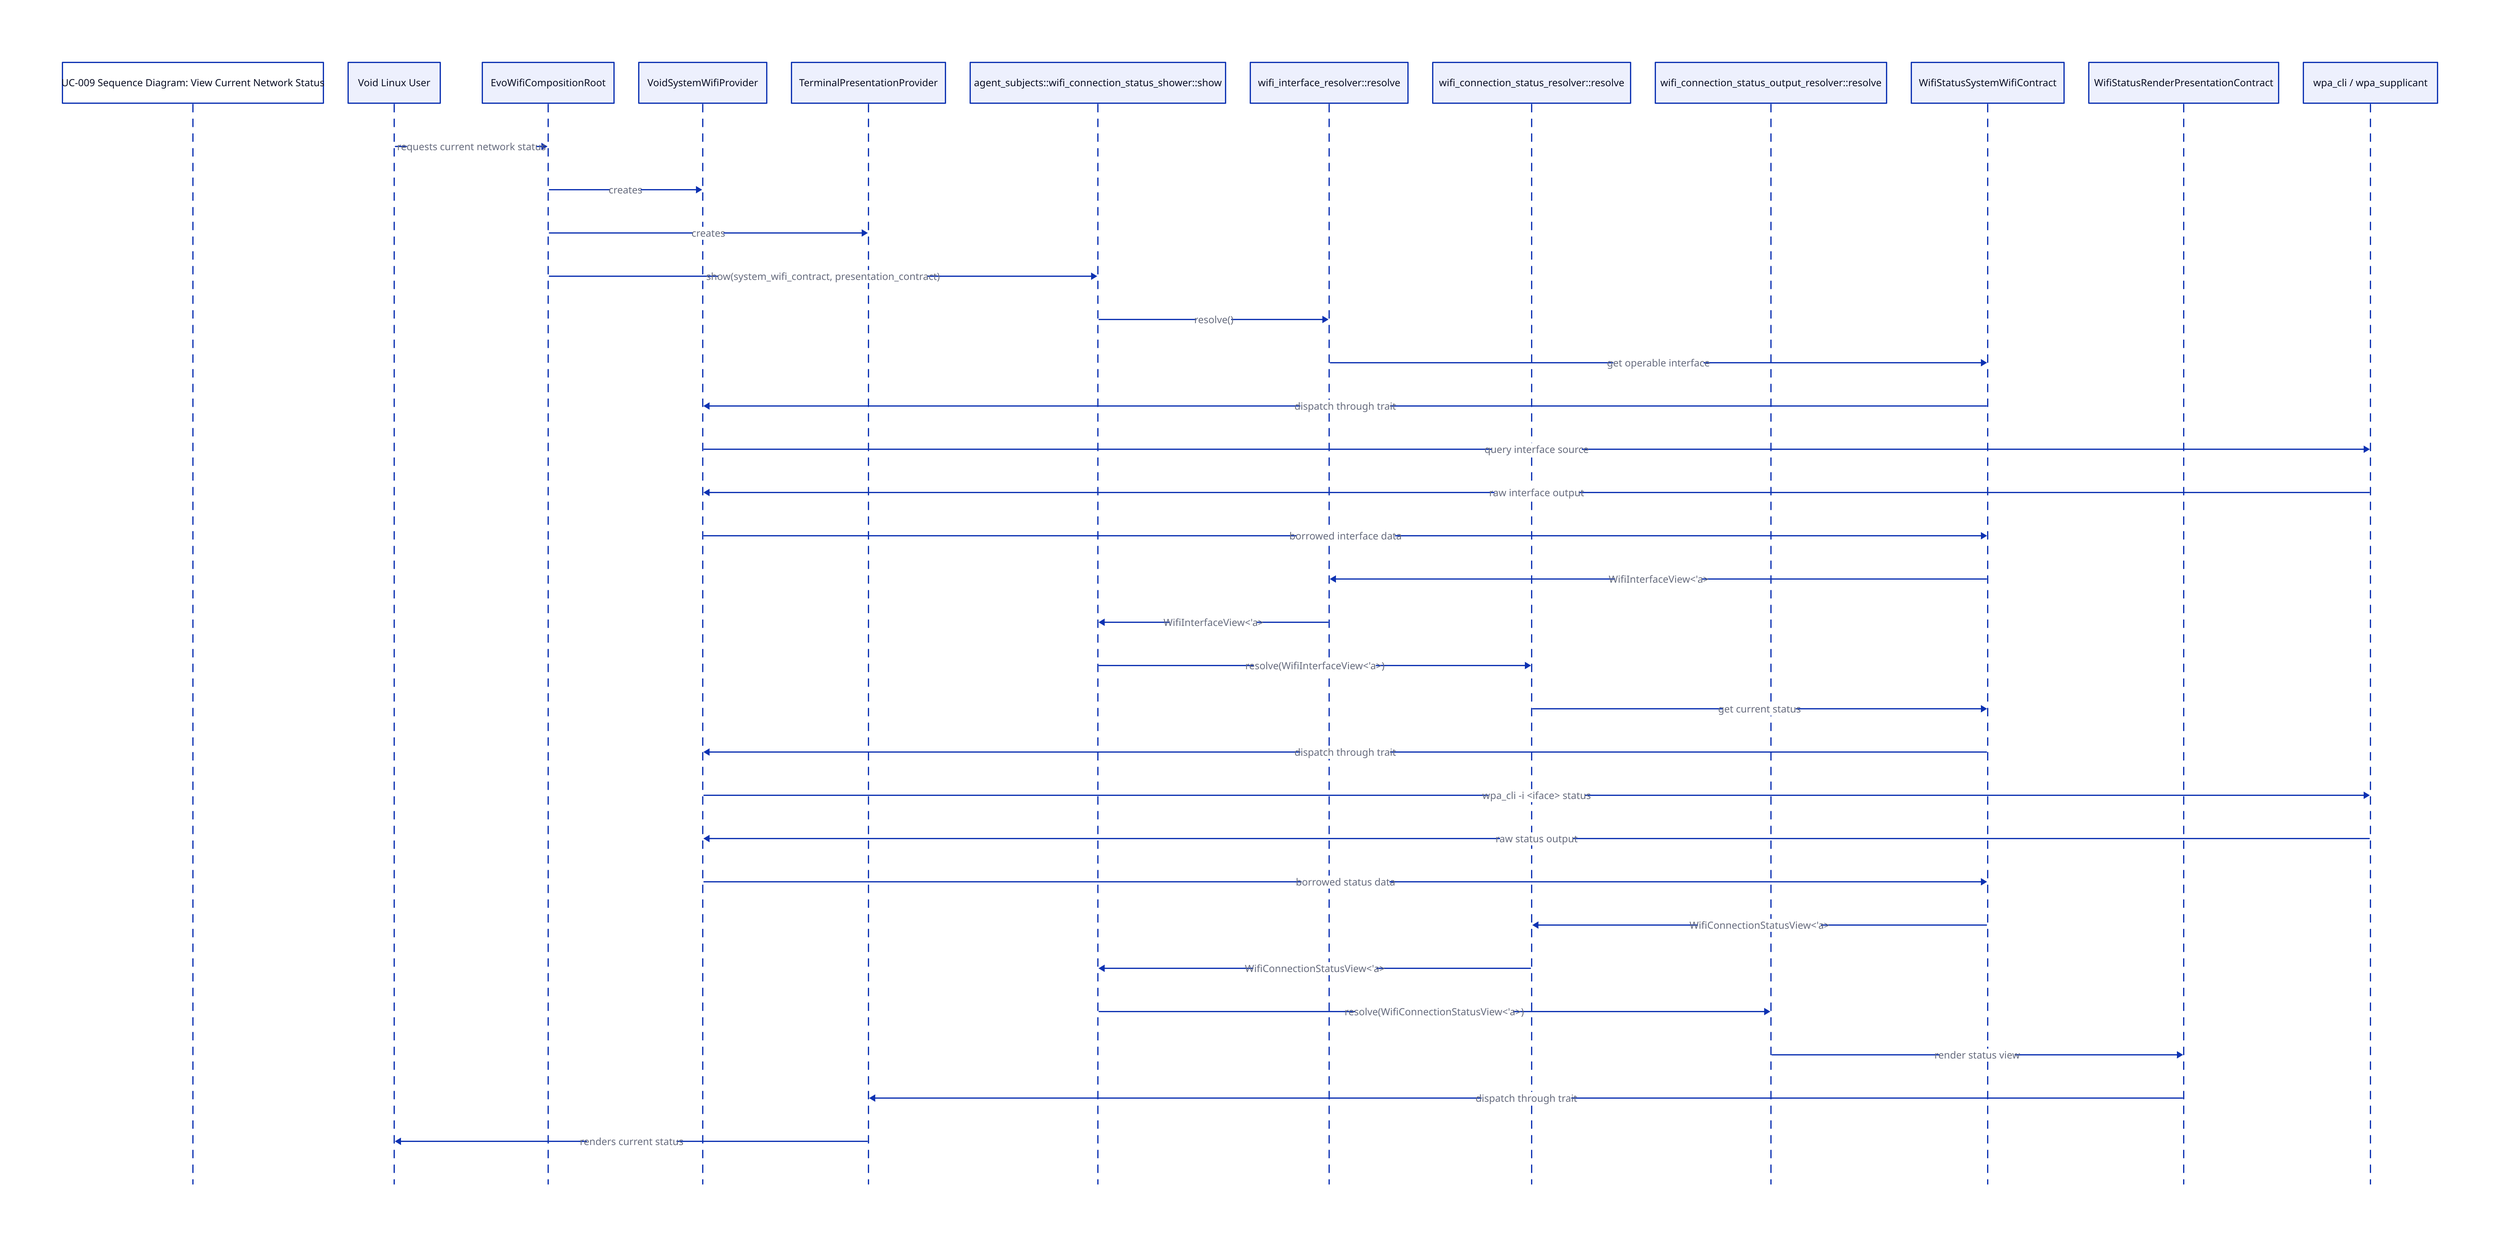
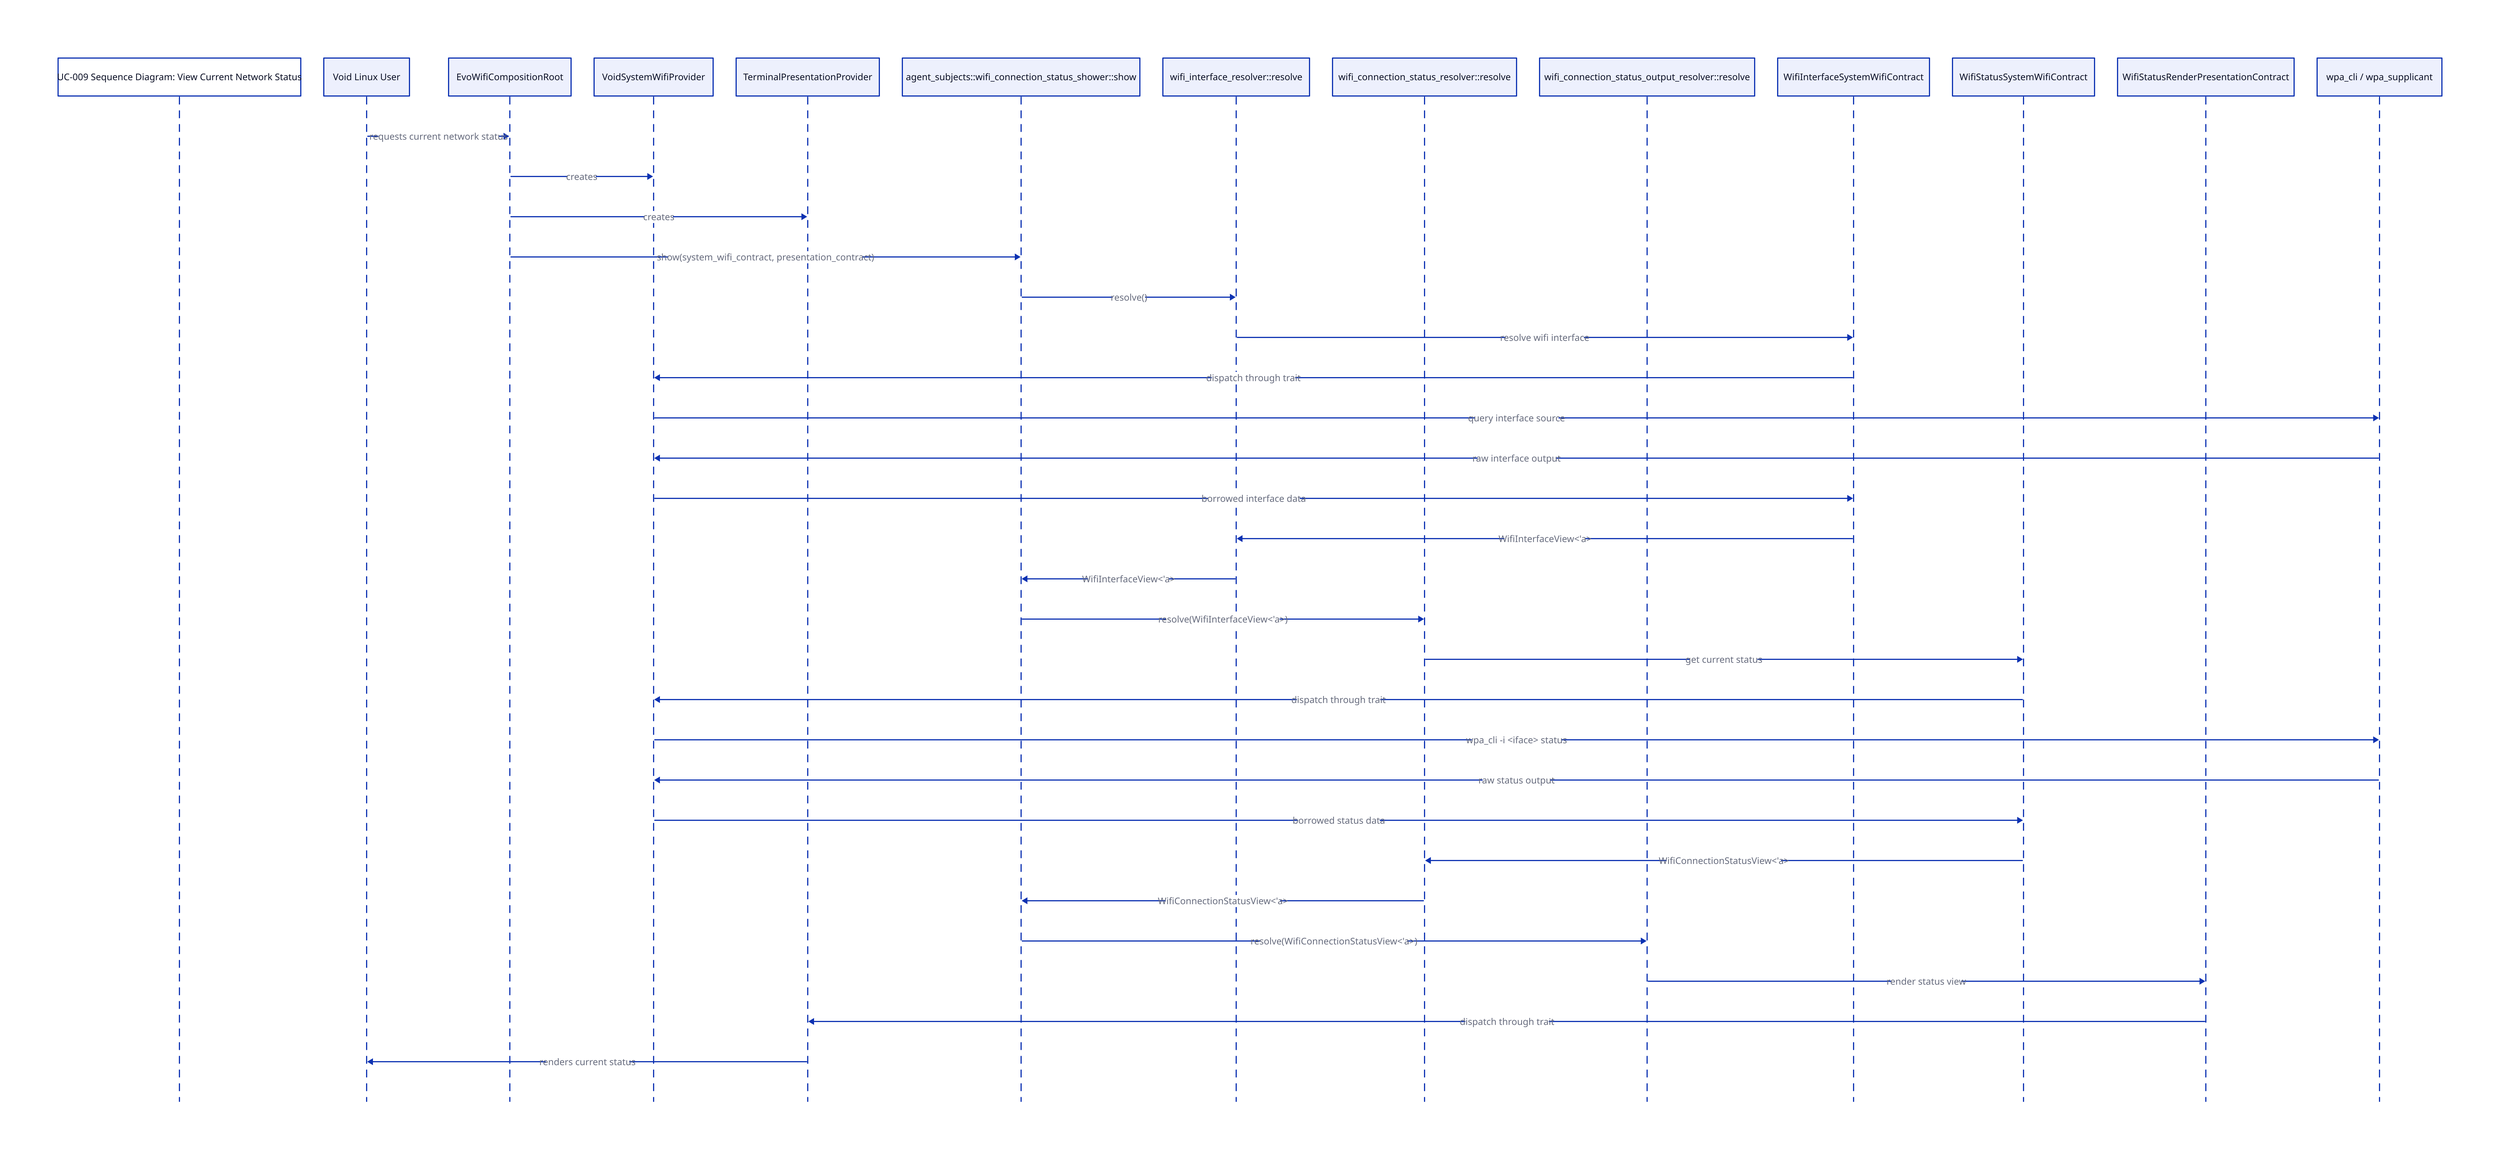
title: "UC-009 Sequence Diagram: View Current Network Status"
shape: sequence_diagram

user: "Void Linux User"
composition_root: "EvoWifiCompositionRoot"
system_provider: "VoidSystemWifiProvider"
presentation_provider: "TerminalPresentationProvider"
agent_subject: "agent_subjects::wifi_connection_status_shower::show"
interface_resolver: "wifi_interface_resolver::resolve"
status_resolver: "wifi_connection_status_resolver::resolve"
output_resolver: "wifi_connection_status_output_resolver::resolve"
+ interface_contract: "WifiInterfaceSystemWifiContract"
status_contract: "WifiStatusSystemWifiContract"
render_contract: "WifiStatusRenderPresentationContract"
external_wifi: "wpa_cli / wpa_supplicant"

user -> composition_root: "requests current network status"

composition_root -> system_provider: "creates"
composition_root -> presentation_provider: "creates"
composition_root -> agent_subject: "show(system_wifi_contract, presentation_contract)"

agent_subject -> interface_resolver: "resolve()"
- interface_resolver -> status_contract: "get operable interface"
- status_contract -> system_provider: "dispatch through trait"
+ interface_resolver -> interface_contract: "resolve wifi interface"
+ interface_contract -> system_provider: "dispatch through trait"
system_provider -> external_wifi: "query interface source"
external_wifi -> system_provider: "raw interface output"
- system_provider -> status_contract: "borrowed interface data"
- status_contract -> interface_resolver: "WifiInterfaceView<'a>"
+ system_provider -> interface_contract: "borrowed interface data"
+ interface_contract -> interface_resolver: "WifiInterfaceView<'a>"
interface_resolver -> agent_subject: "WifiInterfaceView<'a>"

agent_subject -> status_resolver: "resolve(WifiInterfaceView<'a>)"
status_resolver -> status_contract: "get current status"
status_contract -> system_provider: "dispatch through trait"
system_provider -> external_wifi: "wpa_cli -i <iface> status"
external_wifi -> system_provider: "raw status output"
system_provider -> status_contract: "borrowed status data"
status_contract -> status_resolver: "WifiConnectionStatusView<'a>"
status_resolver -> agent_subject: "WifiConnectionStatusView<'a>"

agent_subject -> output_resolver: "resolve(WifiConnectionStatusView<'a>)"
output_resolver -> render_contract: "render status view"
render_contract -> presentation_provider: "dispatch through trait"
presentation_provider -> user: "renders current status"
